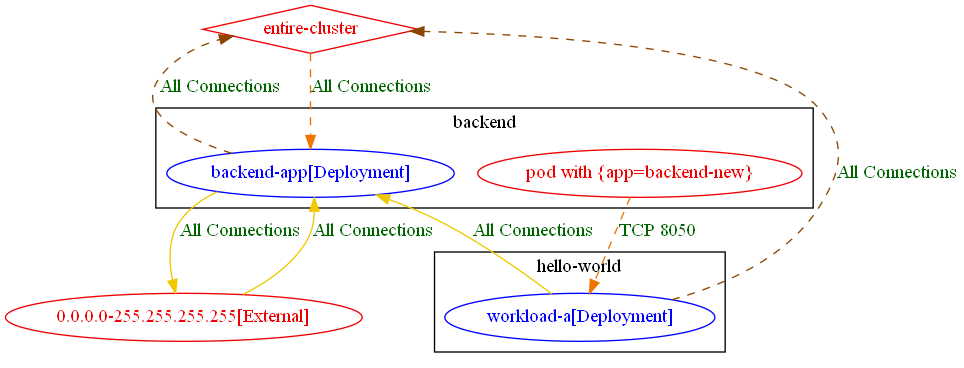
Before: test_outputs/connlist/exposure_test_conn_to_new_pod_in_an_existing_ns_exposure_output.dot.png, a diagram exported from Graphviz (np-guard/netpol-analyzer). Its source is kept beside it as test_outputs/connlist/exposure_test_conn_to_new_pod_in_an_existing_ns_exposure_output.dot.
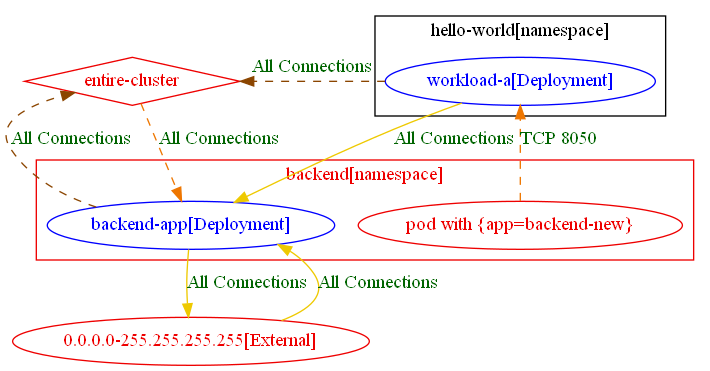
Above is the later version.

The edit, as a diff of the source:
```diff
@@ -1,16 +1,21 @@
 digraph {
-	subgraph "cluster_backend" {
+	subgraph "cluster_backend[namespace]" {
 		color="black"
 		fontcolor="black"
 		"backend/backend-app[Deployment]" [label="backend-app[Deployment]" color="blue" fontcolor="blue"]
-		"pod with {app=backend-new}_in_backend" [label="pod with {app=backend-new}" color="red2" fontcolor="red2"]
-		label="backend"
+		label="backend[namespace]"
 	}
-	subgraph "cluster_hello_world" {
+	subgraph "cluster_hello_world[namespace]" {
 		color="black"
 		fontcolor="black"
 		"hello-world/workload-a[Deployment]" [label="workload-a[Deployment]" color="blue" fontcolor="blue"]
-		label="hello-world"
+		label="hello-world[namespace]"
+	}
+	subgraph "cluster_backend[namespace]" {
+		color="red2"
+		fontcolor="red2"
+		"pod with {app=backend-new}_in_backend" [label="pod with {app=backend-new}" color="red2" fontcolor="red2"]
+		label="backend[namespace]"
 	}
 	"0.0.0.0-255.255.255.255[External]" [label="0.0.0.0-255.255.255.255[External]" color="red2" fontcolor="red2"]
 	"entire-cluster" [label="entire-cluster" color="red2" fontcolor="red2" shape=diamond]
```
